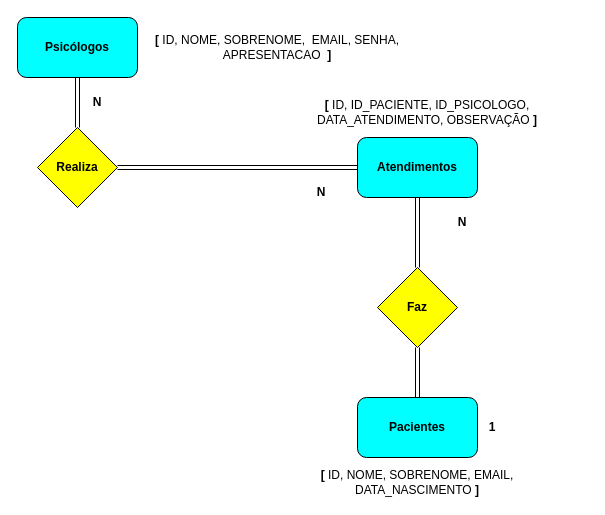
This is src/database/la_vie_modelagem2.drawio from StaticDreamstate/XP42-HandsOn3, a draw.io file, before an edit. Source tidied: cells renumbered, new cells numbered last; positions are measured from the earlier drawing's top-left corner, leaving out a move shared by most shapes. Both pictures are drawn from the tidied source at 100%, with x=0, y=0 at pixel (17, 17).
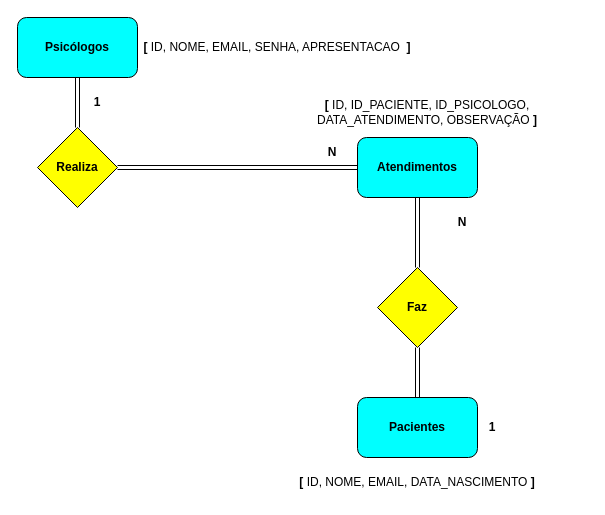
The same diagram, later.

The edit, as a diff of the source:
```diff
@@
 <mxGraphModel>
   <root>
     <mxCell id="0" />
     <mxCell id="1" parent="0" />
     <mxCell id="2" style="edgeStyle=orthogonalEdgeStyle;shape=link;rounded=0;jettySize=auto;html=1;entryX=0.5;entryY=1;entryDx=0;entryDy=0;" parent="1" edge="1" source="3" target="16">
       <mxGeometry relative="1" as="geometry" />
     </mxCell>
     <mxCell id="3" value="&lt;b&gt;Pacientes&lt;/b&gt;" style="rounded=1;whiteSpace=wrap;html=1;fillColor=#00FFFF;strokeColor=#000000;shadow=0;" parent="1" vertex="1">
       <mxGeometry x="340" y="380" width="120" height="60" as="geometry" />
     </mxCell>
     <mxCell id="4" style="edgeStyle=orthogonalEdgeStyle;rounded=0;jettySize=auto;html=1;shape=link;" parent="1" edge="1" source="5" target="12">
       <mxGeometry relative="1" as="geometry" />
     </mxCell>
     <mxCell id="5" value="&lt;b&gt;Psicólogos&lt;/b&gt;" style="rounded=1;whiteSpace=wrap;html=1;fillColor=#00FFFF;" parent="1" vertex="1">
       <mxGeometry width="120" height="60" as="geometry" />
     </mxCell>
     <mxCell id="6" style="edgeStyle=orthogonalEdgeStyle;shape=link;rounded=0;jettySize=auto;html=1;entryX=0.5;entryY=0;entryDx=0;entryDy=0;" parent="1" edge="1" source="7" target="16">
       <mxGeometry relative="1" as="geometry" />
     </mxCell>
     <mxCell id="7" value="&lt;b&gt;Atendimentos&lt;/b&gt;" style="rounded=1;whiteSpace=wrap;html=1;fillColor=#00FFFF;" parent="1" vertex="1">
       <mxGeometry x="340" y="120" width="120" height="60" as="geometry" />
     </mxCell>
-    <mxCell id="8" value="&lt;b&gt;[&lt;/b&gt;&amp;nbsp;ID, NOME, SOBRENOME,&amp;nbsp; EMAIL, SENHA, APRESENTACAO&amp;nbsp; &lt;b&gt;]&lt;/b&gt;" style="text;html=1;strokeColor=none;fillColor=none;align=center;verticalAlign=middle;whiteSpace=wrap;rounded=0;shadow=0;" parent="1" vertex="1">
+    <mxCell id="8" value="&lt;b&gt;[&lt;/b&gt;&amp;nbsp;ID, NOME, EMAIL, SENHA, APRESENTACAO&amp;nbsp; &lt;b&gt;]&lt;/b&gt;" style="text;html=1;strokeColor=none;fillColor=none;align=center;verticalAlign=middle;whiteSpace=wrap;rounded=0;shadow=0;" parent="1" vertex="1">
       <mxGeometry x="100" y="15" width="320" height="30" as="geometry" />
     </mxCell>
-    <mxCell id="9" value="&lt;b&gt;[&lt;/b&gt;&amp;nbsp;ID, NOME, SOBRENOME, EMAIL, DATA_NASCIMENTO&amp;nbsp;&lt;b&gt;]&lt;/b&gt;" style="text;html=1;strokeColor=none;fillColor=none;align=center;verticalAlign=middle;whiteSpace=wrap;rounded=0;shadow=0;" parent="1" vertex="1">
+    <mxCell id="9" value="&lt;b&gt;[&lt;/b&gt;&amp;nbsp;ID, NOME, EMAIL, DATA_NASCIMENTO&amp;nbsp;&lt;b&gt;]&lt;/b&gt;" style="text;html=1;strokeColor=none;fillColor=none;align=center;verticalAlign=middle;whiteSpace=wrap;rounded=0;shadow=0;" parent="1" vertex="1">
       <mxGeometry x="240" y="450" width="320" height="30" as="geometry" />
     </mxCell>
     <mxCell id="10" value="&lt;b&gt;[&lt;/b&gt;&amp;nbsp;ID, ID_PACIENTE, ID_PSICOLOGO, DATA_ATENDIMENTO, OBSERVAÇÃO&amp;nbsp;&lt;b&gt;]&lt;/b&gt;" style="text;html=1;strokeColor=none;fillColor=none;align=center;verticalAlign=middle;whiteSpace=wrap;rounded=0;shadow=0;" parent="1" vertex="1">
       <mxGeometry x="250" y="80" width="320" height="30" as="geometry" />
     </mxCell>
     <mxCell id="11" style="edgeStyle=orthogonalEdgeStyle;rounded=0;jettySize=auto;html=1;entryX=0;entryY=0.5;entryDx=0;entryDy=0;shape=link;" parent="1" edge="1" source="12" target="7">
       <mxGeometry relative="1" as="geometry" />
     </mxCell>
     <mxCell id="12" value="&lt;b&gt;Realiza&lt;/b&gt;" style="rhombus;whiteSpace=wrap;html=1;shadow=0;strokeColor=#000000;fillColor=#FFFF00;" parent="1" vertex="1">
       <mxGeometry x="20" y="110" width="80" height="80" as="geometry" />
     </mxCell>
-    <mxCell id="13" value="&lt;b&gt;N&lt;/b&gt;" style="text;html=1;strokeColor=none;fillColor=none;align=center;verticalAlign=middle;whiteSpace=wrap;rounded=0;shadow=0;" parent="1" vertex="1">
+    <mxCell id="13" value="&lt;b&gt;1&lt;/b&gt;" style="text;html=1;strokeColor=none;fillColor=none;align=center;verticalAlign=middle;whiteSpace=wrap;rounded=0;shadow=0;" parent="1" vertex="1">
       <mxGeometry x="70" y="70" width="20" height="30" as="geometry" />
     </mxCell>
     <mxCell id="14" value="&lt;b&gt;N&lt;/b&gt;" style="text;html=1;strokeColor=none;fillColor=none;align=center;verticalAlign=middle;whiteSpace=wrap;rounded=0;shadow=0;" parent="1" vertex="1">
-      <mxGeometry x="289" y="160" width="30" height="30" as="geometry" />
+      <mxGeometry x="300" y="120" width="30" height="30" as="geometry" />
     </mxCell>
     <mxCell id="15" value="&lt;b&gt;1&lt;/b&gt;" style="text;html=1;strokeColor=none;fillColor=none;align=center;verticalAlign=middle;whiteSpace=wrap;rounded=0;shadow=0;" parent="1" vertex="1">
       <mxGeometry x="460" y="395" width="30" height="30" as="geometry" />
     </mxCell>
     <mxCell id="16" value="&lt;b&gt;Faz&lt;/b&gt;" style="rhombus;whiteSpace=wrap;html=1;shadow=0;strokeColor=#000000;fillColor=#FFFF00;" parent="1" vertex="1">
       <mxGeometry x="360" y="250" width="80" height="80" as="geometry" />
     </mxCell>
     <mxCell id="17" value="&lt;b&gt;N&lt;/b&gt;" style="text;html=1;strokeColor=none;fillColor=none;align=center;verticalAlign=middle;whiteSpace=wrap;rounded=0;shadow=0;" parent="1" vertex="1">
       <mxGeometry x="430" y="190" width="30" height="30" as="geometry" />
     </mxCell>
   </root>
 </mxGraphModel>
```
